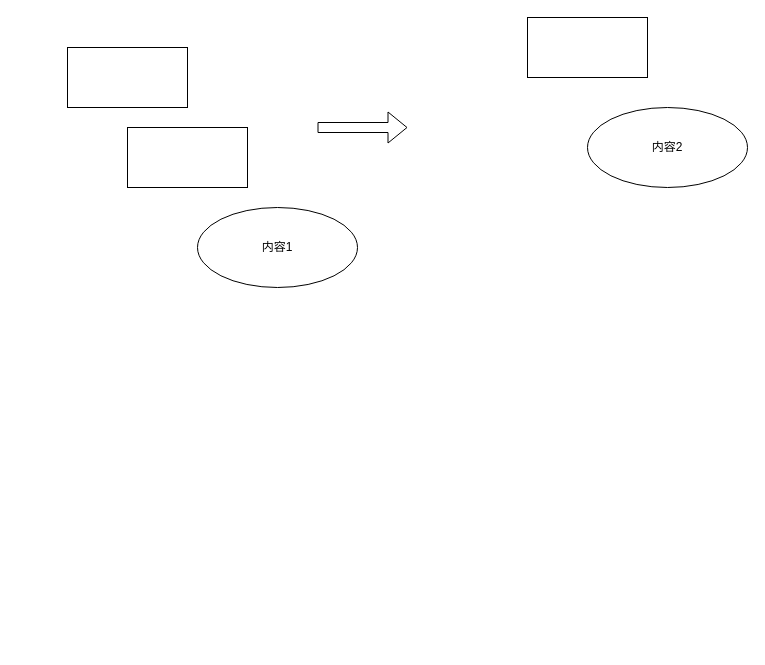
jasonTong1/diagram keeps this draw.io diagram as 问题库级数问题.drawio. Above is the earlier version. Source tidied: cells renumbered, new cells numbered last; positions are measured from the earlier drawing's top-left corner, leaving out a move shared by most shapes. Both pictures are drawn from the tidied source at 100%, with x=0, y=0 at pixel (67, 17).
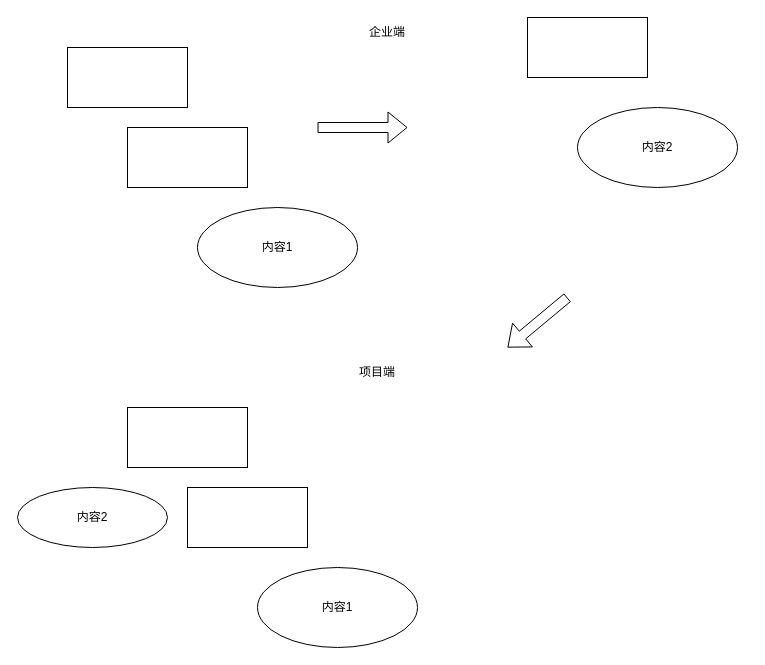
The same diagram, later.

Commit message (it also covers changes not shown here):
更新问题库级数问题.drawio

Change to the diagram source:
```diff
@@
 <mxGraphModel>
   <root>
     <mxCell id="0" />
     <mxCell id="1" parent="0" />
     <mxCell id="2" style="rounded=0;whiteSpace=wrap;html=1;" parent="1" vertex="1">
       <mxGeometry y="30" width="120" height="60" as="geometry" />
     </mxCell>
     <mxCell id="3" style="rounded=0;whiteSpace=wrap;html=1;" parent="1" vertex="1">
       <mxGeometry x="60" y="110" width="120" height="60" as="geometry" />
     </mxCell>
     <mxCell id="4" value="内容1" style="ellipse;whiteSpace=wrap;html=1;" parent="1" vertex="1">
       <mxGeometry x="130" y="190" width="160" height="80" as="geometry" />
     </mxCell>
     <mxCell id="5" style="rounded=0;whiteSpace=wrap;html=1;" parent="1" vertex="1">
       <mxGeometry x="460" width="120" height="60" as="geometry" />
     </mxCell>
     <mxCell id="6" value="内容2" style="ellipse;whiteSpace=wrap;html=1;" parent="1" vertex="1">
-      <mxGeometry x="520" y="90" width="160" height="80" as="geometry" />
+      <mxGeometry x="510" y="90" width="160" height="80" as="geometry" />
     </mxCell>
     <mxCell id="7" style="shape=flexArrow;endArrow=classic;html=1;rounded=0;" parent="1" edge="1">
       <mxGeometry relative="1" as="geometry">
         <mxPoint x="250" y="110" as="sourcePoint" />
         <mxPoint x="340" y="110" as="targetPoint" />
       </mxGeometry>
     </mxCell>
+    <mxCell id="8" style="rounded=0;whiteSpace=wrap;html=1;" parent="1" vertex="1">
+      <mxGeometry x="60" y="390" width="120" height="60" as="geometry" />
+    </mxCell>
+    <mxCell id="9" style="rounded=0;whiteSpace=wrap;html=1;" parent="1" vertex="1">
+      <mxGeometry x="120" y="470" width="120" height="60" as="geometry" />
+    </mxCell>
+    <mxCell id="10" value="内容1" style="ellipse;whiteSpace=wrap;html=1;" parent="1" vertex="1">
+      <mxGeometry x="190" y="550" width="160" height="80" as="geometry" />
+    </mxCell>
+    <mxCell id="11" style="shape=flexArrow;endArrow=classic;html=1;rounded=0;" parent="1" edge="1">
+      <mxGeometry relative="1" as="geometry">
+        <mxPoint x="500" y="280" as="sourcePoint" />
+        <mxPoint x="440" y="330" as="targetPoint" />
+      </mxGeometry>
+    </mxCell>
+    <mxCell id="12" value="内容2" style="ellipse;whiteSpace=wrap;html=1;" parent="1" vertex="1">
+      <mxGeometry x="-50" y="470" width="150" height="60" as="geometry" />
+    </mxCell>
+    <mxCell id="13" value="企业端" style="text;html=1;strokeColor=none;fillColor=none;align=center;verticalAlign=middle;whiteSpace=wrap;rounded=0;" parent="1" vertex="1">
+      <mxGeometry x="290" width="60" height="30" as="geometry" />
+    </mxCell>
+    <mxCell id="14" value="项目端" style="text;html=1;strokeColor=none;fillColor=none;align=center;verticalAlign=middle;whiteSpace=wrap;rounded=0;" parent="1" vertex="1">
+      <mxGeometry x="280" y="340" width="60" height="30" as="geometry" />
+    </mxCell>
   </root>
 </mxGraphModel>
```
